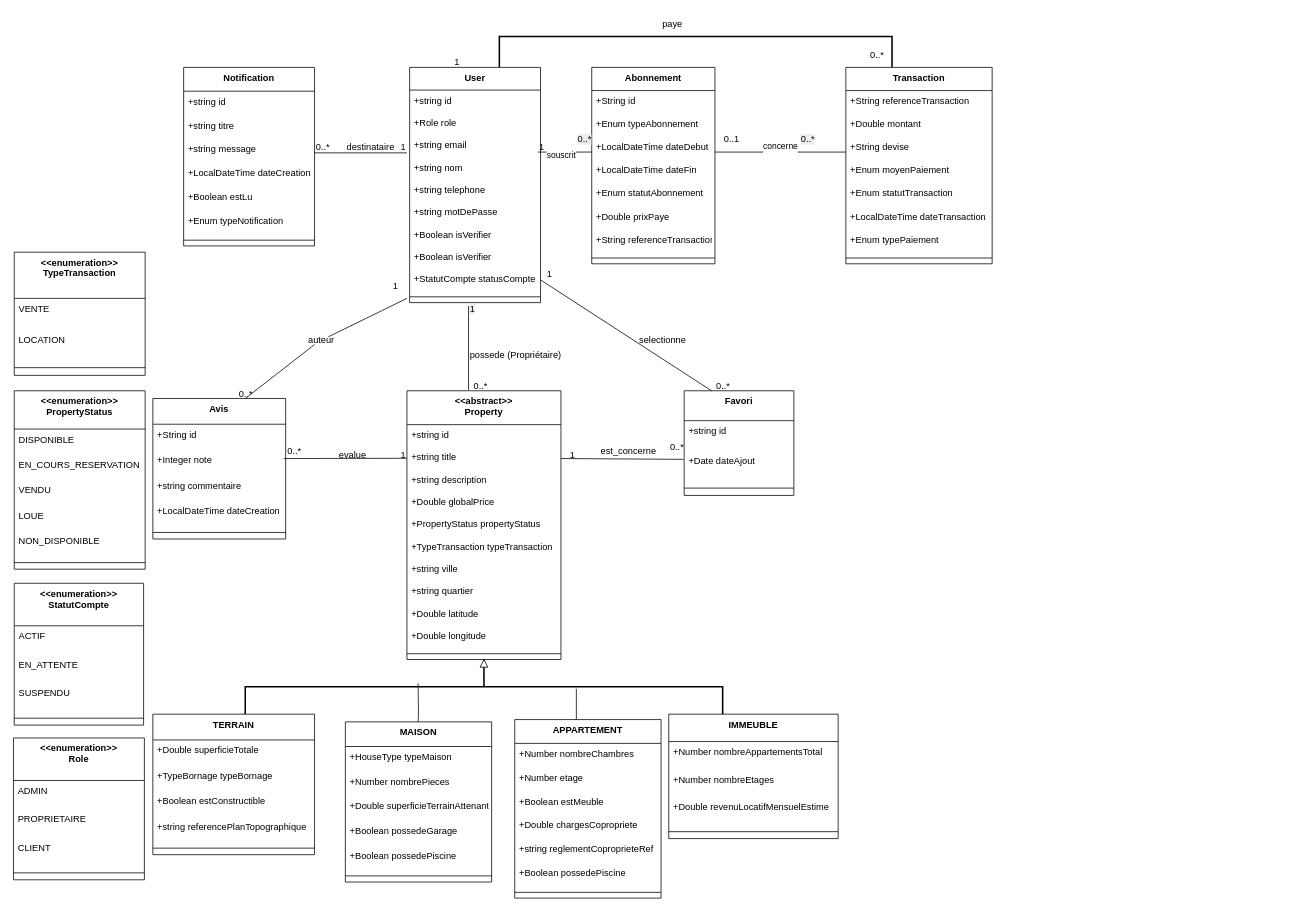
Earlier version of the draw.io diagram ISM Diagramme de classe.drawio (ImmoSurMaliOrganisation/ImmoSurMali_Diagrammes). Source tidied: cells renumbered, new cells numbered last; positions are measured from the earlier drawing's top-left corner, leaving out a move shared by most shapes. Both pictures are drawn from the tidied source at 77%, with x=0, y=0 at pixel (13, 13).
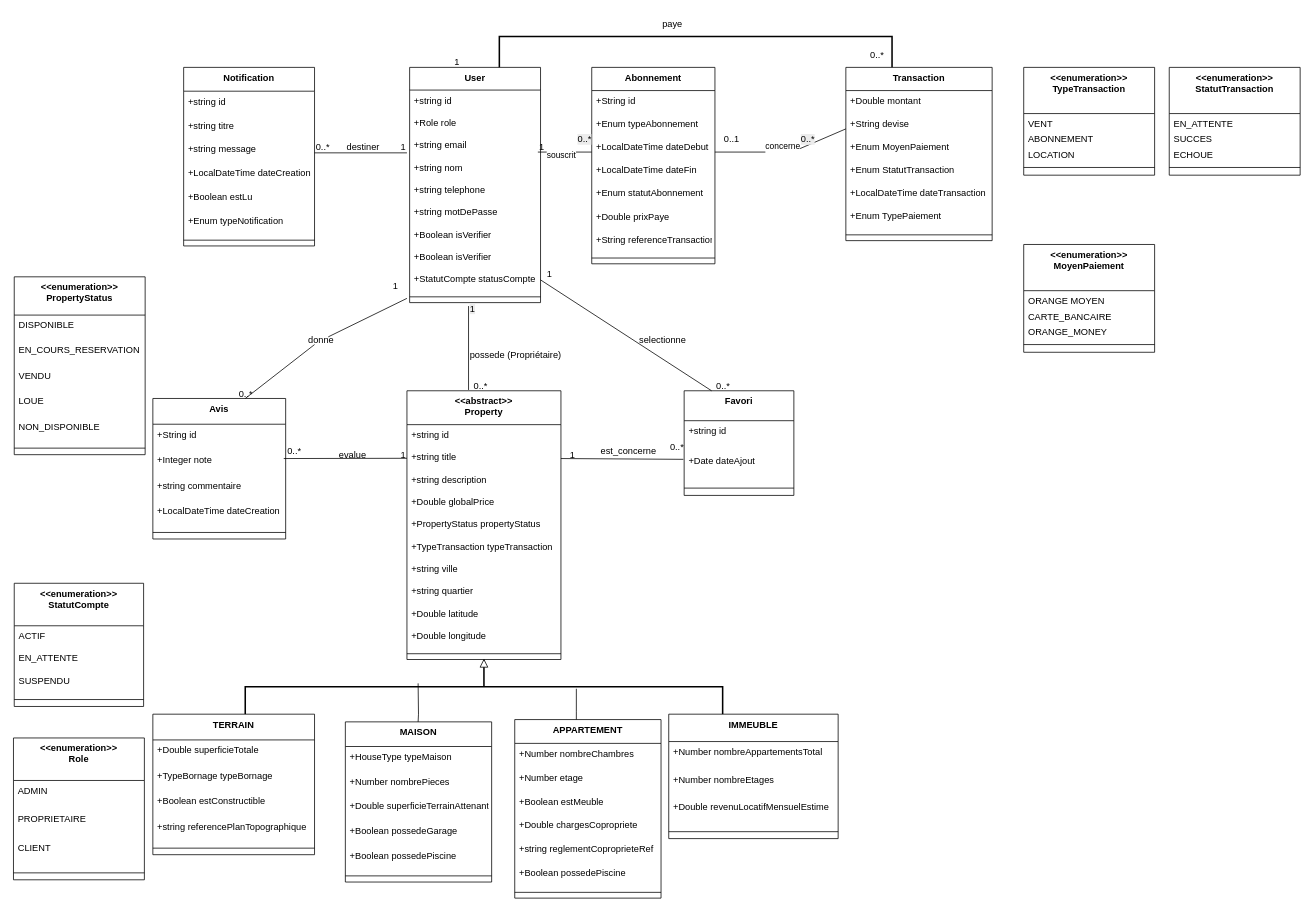
Above is the later version.

Change to the diagram source:
```diff
@@
     <mxCell id="22" value="Transaction" style="swimlane;fontStyle=1;align=center;verticalAlign=top;horizontal=1;startSize=30.11764705882353;" parent="1" vertex="1">
-      <mxGeometry x="1081" y="70" width="190" height="255.1" as="geometry" />
+      <mxGeometry x="1081" y="70" width="190" height="225" as="geometry" />
     </mxCell>
-    <mxCell id="23" value="+String referenceTransaction" style="text;strokeColor=none;fillColor=none;align=left;verticalAlign=top;spacingLeft=4;spacingRight=4;overflow=hidden;" parent="22" vertex="1">
-      <mxGeometry y="30.1" width="190" height="30" as="geometry" />
-    </mxCell>
     <mxCell id="24" value="+Double montant" style="text;strokeColor=none;fillColor=none;align=left;verticalAlign=top;spacingLeft=4;spacingRight=4;overflow=hidden;" parent="22" vertex="1">
-      <mxGeometry y="60.1" width="190" height="30" as="geometry" />
+      <mxGeometry y="30" width="190" height="30" as="geometry" />
     </mxCell>
     <mxCell id="25" value="+String devise" style="text;strokeColor=none;fillColor=none;align=left;verticalAlign=top;spacingLeft=4;spacingRight=4;overflow=hidden;points=[[0,0.5],[1,0.5]];portConstraint=eastwest;" parent="22" vertex="1">
-      <mxGeometry y="90.1" width="190" height="30" as="geometry" />
+      <mxGeometry y="60" width="190" height="30" as="geometry" />
     </mxCell>
-    <mxCell id="26" value="+Enum moyenPaiement" style="text;strokeColor=none;fillColor=none;align=left;verticalAlign=top;spacingLeft=4;spacingRight=4;overflow=hidden;" parent="22" vertex="1">
-      <mxGeometry y="120.1" width="190" height="30" as="geometry" />
+    <mxCell id="26" value="+Enum MoyenPaiement" style="text;strokeColor=none;fillColor=none;align=left;verticalAlign=top;spacingLeft=4;spacingRight=4;overflow=hidden;" parent="22" vertex="1">
+      <mxGeometry y="90" width="190" height="30" as="geometry" />
     </mxCell>
-    <mxCell id="27" value="+Enum statutTransaction" style="text;strokeColor=none;fillColor=none;align=left;verticalAlign=top;spacingLeft=4;spacingRight=4;overflow=hidden;" parent="22" vertex="1">
-      <mxGeometry y="150.1" width="190" height="30" as="geometry" />
+    <mxCell id="27" value="+Enum StatutTransaction" style="text;strokeColor=none;fillColor=none;align=left;verticalAlign=top;spacingLeft=4;spacingRight=4;overflow=hidden;" parent="22" vertex="1">
+      <mxGeometry y="120" width="190" height="30" as="geometry" />
     </mxCell>
     <mxCell id="28" value="+LocalDateTime dateTransaction" style="text;strokeColor=none;fillColor=none;align=left;verticalAlign=top;spacingLeft=4;spacingRight=4;overflow=hidden;" parent="22" vertex="1">
-      <mxGeometry y="180.1" width="190" height="30" as="geometry" />
+      <mxGeometry y="150" width="190" height="30" as="geometry" />
     </mxCell>
-    <mxCell id="29" value="+Enum typePaiement" style="text;strokeColor=none;fillColor=none;align=left;verticalAlign=top;spacingLeft=4;spacingRight=4;overflow=hidden;" parent="22" vertex="1">
-      <mxGeometry y="210.1" width="190" height="30" as="geometry" />
+    <mxCell id="29" value="+Enum TypePaiement" style="text;strokeColor=none;fillColor=none;align=left;verticalAlign=top;spacingLeft=4;spacingRight=4;overflow=hidden;" parent="22" vertex="1">
+      <mxGeometry y="180" width="190" height="30" as="geometry" />
     </mxCell>
     <mxCell id="30" style="line;strokeWidth=1;fillColor=none;align=left;verticalAlign=middle;spacingTop=-1;spacingLeft=3;spacingRight=3;labelPosition=right;strokeColor=inherit;" parent="22" vertex="1">
-      <mxGeometry y="240.1" width="190" height="15" as="geometry" />
+      <mxGeometry y="210" width="190" height="15" as="geometry" />
     </mxCell>
@@
-    <mxCell id="51" value="destinataire" style="text;whiteSpace=wrap;html=1;" parent="1" vertex="1">
+    <mxCell id="51" value="destiner" style="text;whiteSpace=wrap;html=1;" parent="1" vertex="1">
       <mxGeometry x="431" y="160" width="70" height="20" as="geometry" />
     </mxCell>
@@
-    <mxCell id="126" value="auteur" style="text;whiteSpace=wrap;html=1;" parent="1" vertex="1">
+    <mxCell id="126" value="donne" style="text;whiteSpace=wrap;html=1;" parent="1" vertex="1">
       <mxGeometry x="381" y="410" width="40" height="20" as="geometry" />
     </mxCell>
     <mxCell id="127" value="&lt;&lt;enumeration&gt;&gt;&#10;TypeTransaction" style="swimlane;fontStyle=1;align=center;verticalAlign=top;horizontal=1;startSize=60;" parent="1" vertex="1">
-      <mxGeometry x="1" y="310" width="170" height="160" as="geometry" />
+      <mxGeometry x="1312" y="70" width="170" height="140" as="geometry" />
     </mxCell>
-    <mxCell id="128" value="VENTE" style="text;strokeColor=none;fillColor=none;align=left;verticalAlign=top;spacingLeft=4;spacingRight=4;overflow=hidden;" parent="127" vertex="1">
-      <mxGeometry y="60" width="170" height="40" as="geometry" />
+    <mxCell id="128" value="VENT" style="text;strokeColor=none;fillColor=none;align=left;verticalAlign=top;spacingLeft=4;spacingRight=4;overflow=hidden;" parent="127" vertex="1">
+      <mxGeometry y="60" width="170" height="20" as="geometry" />
     </mxCell>
+    <mxCell id="148" value="ABONNEMENT" style="text;strokeColor=none;fillColor=none;align=left;verticalAlign=top;spacingLeft=4;spacingRight=4;overflow=hidden;" parent="127" vertex="1">
+      <mxGeometry y="80" width="170" height="20" as="geometry" />
+    </mxCell>
     <mxCell id="129" value="LOCATION" style="text;strokeColor=none;fillColor=none;align=left;verticalAlign=top;spacingLeft=4;spacingRight=4;overflow=hidden;" parent="127" vertex="1">
-      <mxGeometry y="100" width="170" height="40" as="geometry" />
+      <mxGeometry y="100" width="170" height="20" as="geometry" />
     </mxCell>
     <mxCell id="130" style="line;strokeWidth=1;fillColor=none;align=left;verticalAlign=middle;spacingTop=-1;spacingLeft=3;spacingRight=3;labelPosition=right;strokeColor=inherit;" parent="127" vertex="1">
-      <mxGeometry y="140" width="170" height="20" as="geometry" />
+      <mxGeometry y="120" width="170" height="20" as="geometry" />
     </mxCell>
     <mxCell id="131" value="&lt;&lt;enumeration&gt;&gt;&#10;PropertyStatus" style="swimlane;fontStyle=1;align=center;verticalAlign=top;horizontal=1;startSize=49.71428571428572;" parent="1" vertex="1">
-      <mxGeometry x="1" y="490" width="170" height="231.7" as="geometry" />
+      <mxGeometry x="1" y="342" width="170" height="231" as="geometry" />
     </mxCell>
     <mxCell id="132" value="DISPONIBLE" style="text;strokeColor=none;fillColor=none;align=left;verticalAlign=top;spacingLeft=4;spacingRight=4;overflow=hidden;" parent="131" vertex="1">
-      <mxGeometry y="49.7" width="170" height="33" as="geometry" />
+      <mxGeometry y="49" width="170" height="33" as="geometry" />
     </mxCell>
     <mxCell id="133" value="EN_COURS_RESERVATION" style="text;strokeColor=none;fillColor=none;align=left;verticalAlign=top;spacingLeft=4;spacingRight=4;overflow=hidden;" parent="131" vertex="1">
-      <mxGeometry y="82.7" width="170" height="33" as="geometry" />
+      <mxGeometry y="82" width="170" height="33" as="geometry" />
     </mxCell>
     <mxCell id="134" value="VENDU" style="text;strokeColor=none;fillColor=none;align=left;verticalAlign=top;spacingLeft=4;spacingRight=4;overflow=hidden;" parent="131" vertex="1">
-      <mxGeometry y="115.7" width="170" height="33" as="geometry" />
+      <mxGeometry y="115" width="170" height="33" as="geometry" />
     </mxCell>
     <mxCell id="135" value="LOUE" style="text;strokeColor=none;fillColor=none;align=left;verticalAlign=top;spacingLeft=4;spacingRight=4;overflow=hidden;" parent="131" vertex="1">
-      <mxGeometry y="148.7" width="170" height="33" as="geometry" />
+      <mxGeometry y="148" width="170" height="33" as="geometry" />
     </mxCell>
     <mxCell id="136" value="NON_DISPONIBLE" style="text;strokeColor=none;fillColor=none;align=left;verticalAlign=top;spacingLeft=4;spacingRight=4;overflow=hidden;" parent="131" vertex="1">
-      <mxGeometry y="181.7" width="170" height="33" as="geometry" />
+      <mxGeometry y="181" width="170" height="33" as="geometry" />
     </mxCell>
     <mxCell id="137" style="line;strokeWidth=1;fillColor=none;align=left;verticalAlign=middle;spacingTop=-1;spacingLeft=3;spacingRight=3;labelPosition=right;strokeColor=inherit;" parent="131" vertex="1">
-      <mxGeometry y="214.7" width="170" height="17" as="geometry" />
+      <mxGeometry y="214" width="170" height="17" as="geometry" />
     </mxCell>
     <mxCell id="138" value="&lt;&lt;enumeration&gt;&gt;&#10;StatutCompte" style="swimlane;fontStyle=1;align=center;verticalAlign=top;horizontal=1;startSize=55.199999999999996;" parent="1" vertex="1">
-      <mxGeometry x="1" y="740" width="168" height="184.2" as="geometry" />
+      <mxGeometry x="1" y="740" width="168" height="160" as="geometry" />
     </mxCell>
     <mxCell id="139" value="ACTIF" style="text;strokeColor=none;fillColor=none;align=left;verticalAlign=top;spacingLeft=4;spacingRight=4;overflow=hidden;" parent="138" vertex="1">
-      <mxGeometry y="55.2" width="168" height="37" as="geometry" />
+      <mxGeometry y="55" width="168" height="29" as="geometry" />
     </mxCell>
     <mxCell id="140" value="EN_ATTENTE" style="text;strokeColor=none;fillColor=none;align=left;verticalAlign=top;spacingLeft=4;spacingRight=4;overflow=hidden;" parent="138" vertex="1">
-      <mxGeometry y="92.2" width="168" height="37" as="geometry" />
+      <mxGeometry y="84" width="168" height="29" as="geometry" />
     </mxCell>
     <mxCell id="141" value="SUSPENDU" style="text;strokeColor=none;fillColor=none;align=left;verticalAlign=top;spacingLeft=4;spacingRight=4;overflow=hidden;" parent="138" vertex="1">
-      <mxGeometry y="129.2" width="168" height="37" as="geometry" />
+      <mxGeometry y="113" width="168" height="29" as="geometry" />
     </mxCell>
     <mxCell id="142" style="line;strokeWidth=1;fillColor=none;align=left;verticalAlign=middle;spacingTop=-1;spacingLeft=3;spacingRight=3;labelPosition=right;strokeColor=inherit;" parent="138" vertex="1">
-      <mxGeometry y="166.2" width="168" height="18" as="geometry" />
+      <mxGeometry y="142" width="168" height="18" as="geometry" />
     </mxCell>
@@
+    <mxCell id="149" value="&lt;&lt;enumeration&gt;&gt;&#10;MoyenPaiement" style="swimlane;fontStyle=1;align=center;verticalAlign=top;horizontal=1;startSize=60;" parent="1" vertex="1">
+      <mxGeometry x="1312" y="300" width="170" height="140" as="geometry" />
+    </mxCell>
+    <mxCell id="150" value="ORANGE MOYEN" style="text;strokeColor=none;fillColor=none;align=left;verticalAlign=top;spacingLeft=4;spacingRight=4;overflow=hidden;" parent="149" vertex="1">
+      <mxGeometry y="60" width="170" height="20" as="geometry" />
+    </mxCell>
+    <mxCell id="151" value="CARTE_BANCAIRE" style="text;strokeColor=none;fillColor=none;align=left;verticalAlign=top;spacingLeft=4;spacingRight=4;overflow=hidden;" parent="149" vertex="1">
+      <mxGeometry y="80" width="170" height="20" as="geometry" />
+    </mxCell>
+    <mxCell id="152" value="ORANGE_MONEY" style="text;strokeColor=none;fillColor=none;align=left;verticalAlign=top;spacingLeft=4;spacingRight=4;overflow=hidden;" parent="149" vertex="1">
+      <mxGeometry y="100" width="170" height="20" as="geometry" />
+    </mxCell>
+    <mxCell id="153" style="line;strokeWidth=1;fillColor=none;align=left;verticalAlign=middle;spacingTop=-1;spacingLeft=3;spacingRight=3;labelPosition=right;strokeColor=inherit;" parent="149" vertex="1">
+      <mxGeometry y="120" width="170" height="20" as="geometry" />
+    </mxCell>
+    <mxCell id="154" value="&lt;&lt;enumeration&gt;&gt;&#10;StatutTransaction" style="swimlane;fontStyle=1;align=center;verticalAlign=top;horizontal=1;startSize=60;" parent="1" vertex="1">
+      <mxGeometry x="1501" y="70" width="170" height="140" as="geometry" />
+    </mxCell>
+    <mxCell id="155" value="EN_ATTENTE" style="text;strokeColor=none;fillColor=none;align=left;verticalAlign=top;spacingLeft=4;spacingRight=4;overflow=hidden;" parent="154" vertex="1">
+      <mxGeometry y="60" width="170" height="20" as="geometry" />
+    </mxCell>
+    <mxCell id="156" value="SUCCES" style="text;strokeColor=none;fillColor=none;align=left;verticalAlign=top;spacingLeft=4;spacingRight=4;overflow=hidden;" parent="154" vertex="1">
+      <mxGeometry y="80" width="170" height="20" as="geometry" />
+    </mxCell>
+    <mxCell id="157" value="ECHOUE" style="text;strokeColor=none;fillColor=none;align=left;verticalAlign=top;spacingLeft=4;spacingRight=4;overflow=hidden;" parent="154" vertex="1">
+      <mxGeometry y="100" width="170" height="20" as="geometry" />
+    </mxCell>
+    <mxCell id="158" style="line;strokeWidth=1;fillColor=none;align=left;verticalAlign=middle;spacingTop=-1;spacingLeft=3;spacingRight=3;labelPosition=right;strokeColor=inherit;" parent="154" vertex="1">
+      <mxGeometry y="120" width="170" height="20" as="geometry" />
+    </mxCell>
```
